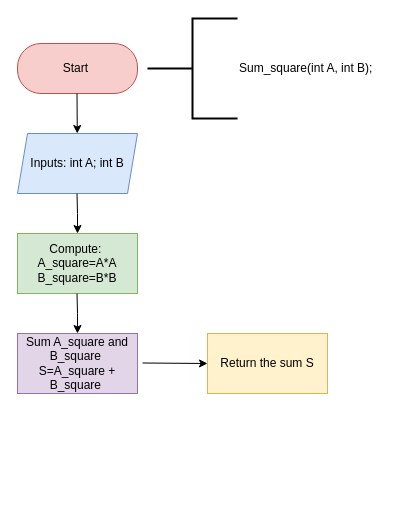
Earlier version of the draw.io diagram ALXSE1.drawio (mayonorris/Final-Project). Source tidied: cells renumbered, new cells numbered last; positions are measured from the earlier drawing's top-left corner, leaving out a move shared by most shapes. Both pictures are drawn from the tidied source at 100%, with x=0, y=0 at pixel (17, 18).
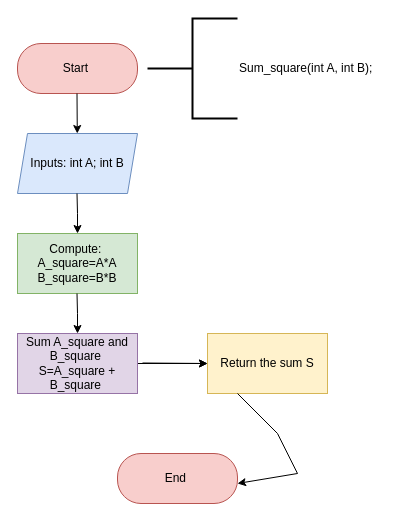
After the change.

Commit message (it also covers changes not shown here):
Mettre à jour ALXSE1.drawio

The change refers to these unchanged cells:
```xml
<mxCell id="8" value="Sum A_square and B_square&amp;nbsp;&lt;br&gt;S=A_square + B_square&amp;nbsp;" style="rounded=0;whiteSpace=wrap;html=1;fillColor=#e1d5e7;strokeColor=#9673a6;" parent="1" vertex="1">
  <mxGeometry y="315" width="120" height="60" as="geometry" />
</mxCell>
<mxCell id="11" value="Return the sum S" style="rounded=0;whiteSpace=wrap;html=1;fillColor=#fff2cc;strokeColor=#d6b656;" parent="1" vertex="1">
  <mxGeometry x="190" y="315" width="120" height="60" as="geometry" />
</mxCell>
```

Change to the diagram source:
```diff
@@
+    <mxCell id="12" style="edgeStyle=orthogonalEdgeStyle;rounded=0;jettySize=auto;html=1;" parent="1" edge="1" source="8" target="11">
+      <mxGeometry relative="1" as="geometry" />
+    </mxCell>
@@
+    <mxCell id="13" style="endArrow=classic;html=1;rounded=0;exitX=0.25;exitY=1;exitDx=0;exitDy=0;" parent="1" edge="1">
+      <mxGeometry relative="1" as="geometry">
+        <mxPoint x="220" y="375" as="sourcePoint" />
+        <mxPoint x="220" y="465" as="targetPoint" />
+        <Array as="points">
+          <mxPoint x="260" y="415" />
+          <mxPoint x="280" y="455" />
+        </Array>
+      </mxGeometry>
+    </mxCell>
+    <mxCell id="14" value="End&amp;nbsp;" style="rounded=1;whiteSpace=wrap;html=1;arcSize=47;fillColor=#f8cecc;strokeColor=#b85450;" parent="1" vertex="1">
+      <mxGeometry x="100" y="435" width="120" height="50" as="geometry" />
+    </mxCell>
```
